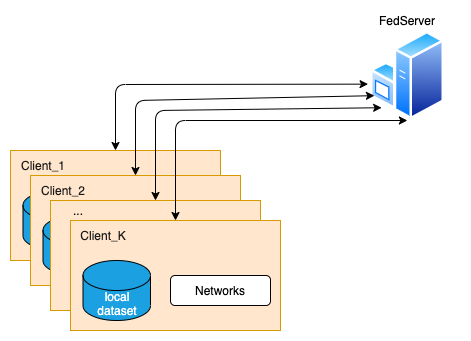
The draw.io diagram docs/imgs/fedlab-multi_process.png in SMILELab-FL/FedLab, before a commit. Source tidied: cells renumbered, new cells last; positions are measured from the earlier drawing's top-left corner, leaving out a move shared by most shapes.
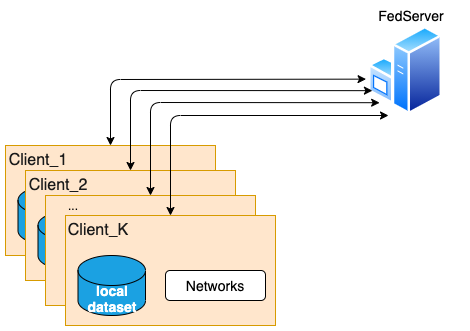
After the change.

What changed in the source:
```diff
@@ -8,7 +8,7 @@
     <mxCell id="3" style="whiteSpace=wrap;html=1;strokeColor=#d79b00;fillColor=#ffe6cc;rounded=0;sketch=0;glass=0;shadow=0;" parent="2" vertex="1">
       <mxGeometry width="210" height="110" as="geometry" />
     </mxCell>
-    <mxCell id="4" value="&lt;span style=&quot;color: rgb(26 , 26 , 26)&quot;&gt;Client_1&lt;/span&gt;" style="text;html=1;strokeColor=none;fillColor=none;align=center;verticalAlign=middle;whiteSpace=wrap;rounded=0;dashed=1;" parent="2" vertex="1">
+    <mxCell id="4" value="&lt;span style=&quot;color: rgb(26 , 26 , 26)&quot;&gt;&lt;font style=&quot;font-size: 16px&quot;&gt;Client_1&lt;/font&gt;&lt;/span&gt;" style="text;html=1;strokeColor=none;fillColor=none;align=center;verticalAlign=middle;whiteSpace=wrap;rounded=0;dashed=1;" parent="2" vertex="1">
       <mxGeometry x="12.5" y="5" width="40" height="20" as="geometry" />
     </mxCell>
     <mxCell id="5" value="local&lt;br&gt;dataset" style="shape=cylinder3;whiteSpace=wrap;html=1;boundedLbl=1;backgroundOutline=1;size=15;rounded=1;strokeWidth=1;fontColor=#ffffff;fillColor=#1ba1e2;" parent="2" vertex="1">
@@ -23,7 +23,7 @@
     <mxCell id="8" style="whiteSpace=wrap;html=1;strokeColor=#d79b00;fillColor=#ffe6cc;rounded=0;sketch=0;glass=0;shadow=0;" parent="7" vertex="1">
       <mxGeometry width="210" height="110" as="geometry" />
     </mxCell>
-    <mxCell id="9" value="&lt;span style=&quot;color: rgb(26 , 26 , 26)&quot;&gt;Client_2&lt;/span&gt;" style="text;html=1;strokeColor=none;fillColor=none;align=center;verticalAlign=middle;whiteSpace=wrap;rounded=0;dashed=1;" parent="7" vertex="1">
+    <mxCell id="9" value="&lt;span style=&quot;color: rgb(26 , 26 , 26)&quot;&gt;&lt;font style=&quot;font-size: 16px&quot;&gt;Client_2&lt;/font&gt;&lt;/span&gt;" style="text;html=1;strokeColor=none;fillColor=none;align=center;verticalAlign=middle;whiteSpace=wrap;rounded=0;dashed=1;" parent="7" vertex="1">
       <mxGeometry x="12.5" y="5" width="40" height="20" as="geometry" />
     </mxCell>
     <mxCell id="10" value="local&lt;br&gt;dataset" style="shape=cylinder3;whiteSpace=wrap;html=1;boundedLbl=1;backgroundOutline=1;size=15;rounded=1;strokeWidth=1;fontColor=#ffffff;fillColor=#1ba1e2;" parent="7" vertex="1">
@@ -41,17 +41,17 @@
     <mxCell id="14" style="whiteSpace=wrap;html=1;strokeColor=#d79b00;fillColor=#ffe6cc;rounded=0;sketch=0;glass=0;shadow=0;" parent="7" vertex="1">
       <mxGeometry x="40" y="45" width="210" height="110" as="geometry" />
     </mxCell>
-    <mxCell id="15" value="&lt;span style=&quot;color: rgb(26 , 26 , 26)&quot;&gt;Client_K&lt;/span&gt;" style="text;html=1;strokeColor=none;fillColor=none;align=center;verticalAlign=middle;whiteSpace=wrap;rounded=0;dashed=1;" parent="7" vertex="1">
+    <mxCell id="15" value="&lt;span style=&quot;color: rgb(26 , 26 , 26)&quot;&gt;&lt;font style=&quot;font-size: 16px&quot;&gt;Client_K&lt;/font&gt;&lt;/span&gt;" style="text;html=1;strokeColor=none;fillColor=none;align=center;verticalAlign=middle;whiteSpace=wrap;rounded=0;dashed=1;" parent="7" vertex="1">
       <mxGeometry x="52.5" y="50" width="40" height="20" as="geometry" />
     </mxCell>
-    <mxCell id="16" value="local&lt;br&gt;dataset" style="shape=cylinder3;whiteSpace=wrap;html=1;boundedLbl=1;backgroundOutline=1;size=15;rounded=1;strokeWidth=1;fontColor=#ffffff;fillColor=#1ba1e2;" parent="7" vertex="1">
+    <mxCell id="16" value="&lt;font style=&quot;font-size: 14px&quot;&gt;&lt;b&gt;local&lt;br&gt;dataset&lt;/b&gt;&lt;/font&gt;" style="shape=cylinder3;whiteSpace=wrap;html=1;boundedLbl=1;backgroundOutline=1;size=15;rounded=1;strokeWidth=1;fontColor=#ffffff;fillColor=#1ba1e2;" parent="7" vertex="1">
       <mxGeometry x="52.5" y="85" width="67.5" height="60" as="geometry" />
     </mxCell>
-    <mxCell id="17" value="Networks" style="rounded=1;whiteSpace=wrap;html=1;strokeColor=#000000;strokeWidth=1;fillColor=#ffffff;gradientColor=none;" parent="7" vertex="1">
+    <mxCell id="17" value="&lt;font style=&quot;font-size: 14px&quot;&gt;Networks&lt;/font&gt;" style="rounded=1;whiteSpace=wrap;html=1;strokeColor=#000000;strokeWidth=1;fillColor=#ffffff;gradientColor=none;" parent="7" vertex="1">
       <mxGeometry x="140" y="100" width="100" height="30" as="geometry" />
     </mxCell>
     <mxCell id="18" style="perimeter=ellipsePerimeter;html=1;align=center;shadow=0;dashed=0;spacingTop=3;image;image=img/lib/active_directory/windows_server.svg;rounded=0;strokeColor=#000000;strokeWidth=3;fillColor=#A9C4EB;gradientColor=none;" parent="1" vertex="1">
-      <mxGeometry x="360" y="20" width="73.8" height="90" as="geometry" />
+      <mxGeometry x="363" y="20" width="73.8" height="90" as="geometry" />
     </mxCell>
     <mxCell id="19" style="endArrow=classic;startArrow=classic;html=1;entryX=-0.033;entryY=0.596;entryDx=0;entryDy=0;exitX=0.5;exitY=0;exitDx=0;exitDy=0;entryPerimeter=0;" parent="1" edge="1" source="3" target="18">
       <mxGeometry relative="1" as="geometry">
@@ -63,12 +63,13 @@
     <mxCell id="20" style="endArrow=classic;startArrow=classic;html=1;exitX=0.5;exitY=0;exitDx=0;exitDy=0;entryX=0;entryY=0.75;entryDx=0;entryDy=0;" parent="1" edge="1" source="8" target="18">
       <mxGeometry relative="1" as="geometry">
         <Array as="points">
-          <mxPoint x="125" y="90" />
+          <mxPoint x="125" y="85" />
         </Array>
       </mxGeometry>
     </mxCell>
-    <mxCell id="21" style="endArrow=classic;startArrow=classic;html=1;exitX=0.5;exitY=0;exitDx=0;exitDy=0;entryX=0.5;entryY=1;entryDx=0;entryDy=0;" parent="1" edge="1" source="14" target="18">
+    <mxCell id="21" style="endArrow=classic;startArrow=classic;html=1;exitX=0.5;exitY=0;exitDx=0;exitDy=0;" parent="1" edge="1" source="14">
       <mxGeometry relative="1" as="geometry">
+        <mxPoint x="383" y="110" as="targetPoint" />
         <Array as="points">
           <mxPoint x="165" y="110" />
         </Array>
@@ -77,12 +78,12 @@
     <mxCell id="22" style="endArrow=classic;startArrow=classic;html=1;exitX=0.5;exitY=0;exitDx=0;exitDy=0;entryX=0;entryY=1;entryDx=0;entryDy=0;" parent="1" edge="1" source="12" target="18">
       <mxGeometry relative="1" as="geometry">
         <Array as="points">
-          <mxPoint x="145" y="100" />
+          <mxPoint x="145" y="97" />
         </Array>
       </mxGeometry>
     </mxCell>
-    <mxCell id="23" value="FedServer" style="text;html=1;strokeColor=none;fillColor=none;align=center;verticalAlign=middle;whiteSpace=wrap;rounded=0;" parent="1" vertex="1">
-      <mxGeometry x="343.9" width="106" height="20" as="geometry" />
+    <mxCell id="23" value="&lt;font style=&quot;font-size: 14px&quot;&gt;FedServer&lt;/font&gt;" style="text;html=1;strokeColor=none;fillColor=none;align=center;verticalAlign=middle;whiteSpace=wrap;rounded=0;" parent="1" vertex="1">
+      <mxGeometry x="353" width="106" height="20" as="geometry" />
     </mxCell>
   </root>
 </mxGraphModel>
```
